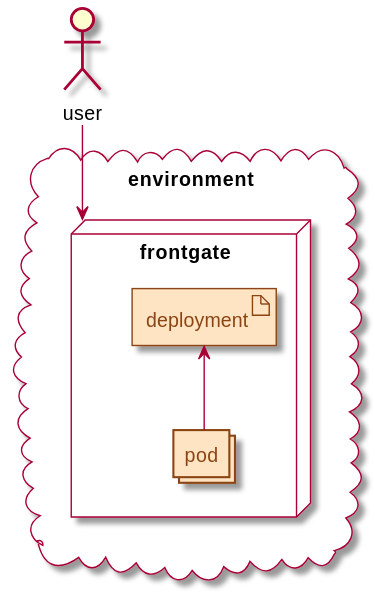
The PlantUML diagram documentation/images/kubernetes-logical-structure.svg in LanDinh/khaleesi-ninja, before a commit. Source of this version:
```plantuml
@startuml
<style>
artifact {
  BackgroundColor bisque
  LineColor saddlebrown
  FontColor saddlebrown
}
collections {
  BackgroundColor bisque
  LineColor saddlebrown
  FontColor saddlebrown
}
</style>

actor user
cloud environment {
  node "frontgate" as frontgate {
    artifact deployment as front_deployment
    collections pod as front_pod
  }
}

user --> frontgate
front_deployment <-- front_pod
@enduml
```
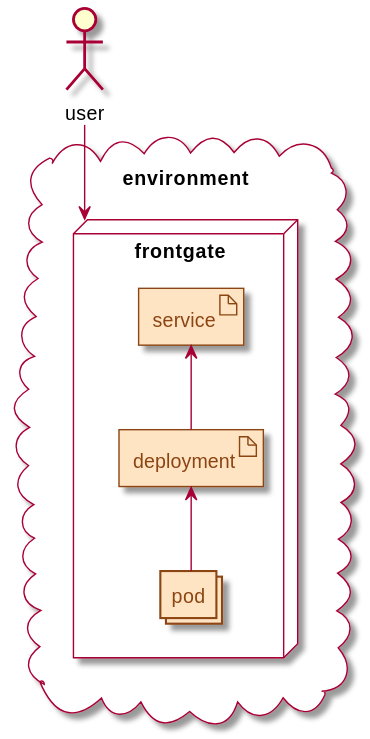
Above is the later version.

Commit message:
Add kubernetes services for khaleesi services.

Diff of the diagram source:
```diff
@@ -15,11 +15,13 @@
 actor user
 cloud environment {
   node "frontgate" as frontgate {
+    artifact service as front_service
     artifact deployment as front_deployment
     collections pod as front_pod
   }
 }
 
 user --> frontgate
+front_service <-- front_deployment
 front_deployment <-- front_pod
 @enduml
```
